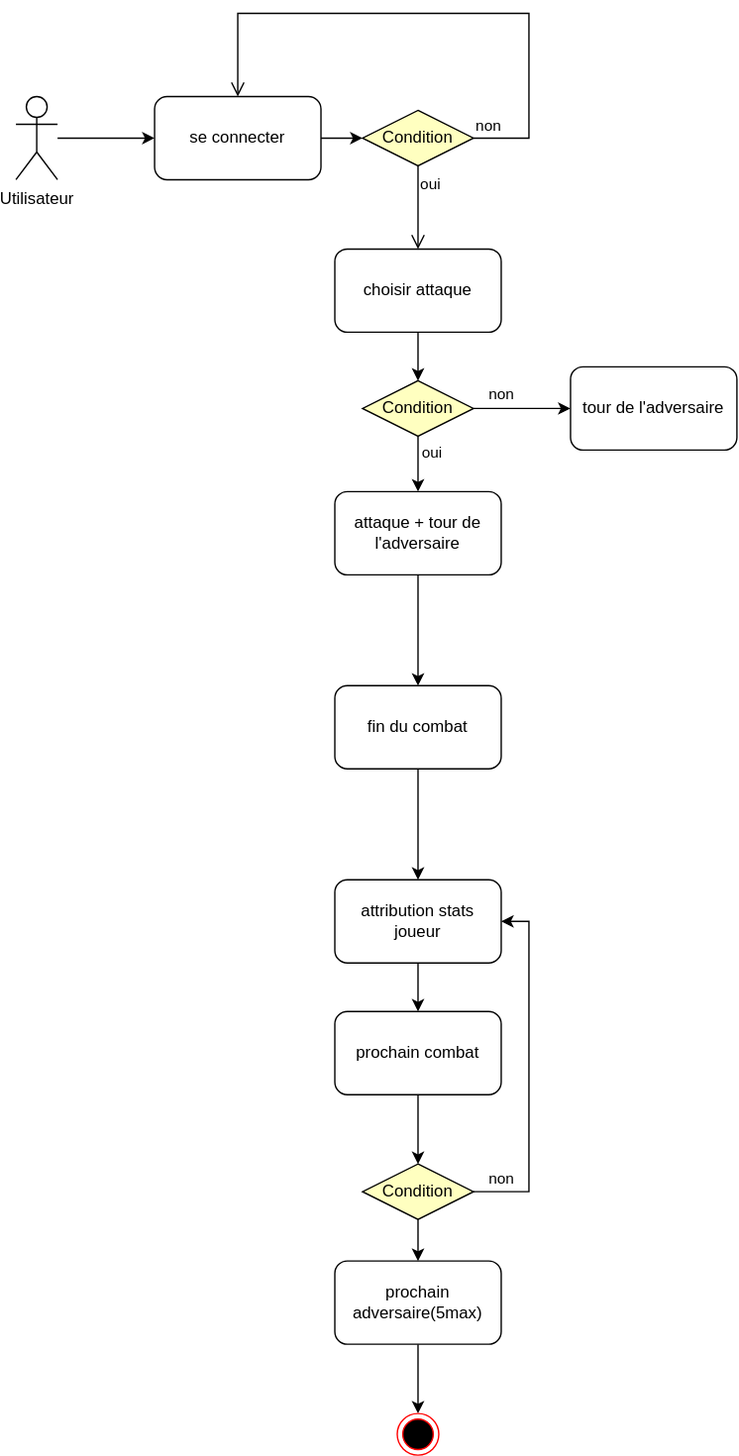
Earlier version of the draw.io export niv 2/diagramme d'activité niv 2.svg (Oreki2004/Projet-Final-6TTSI). Source tidied: cells renumbered, new cells last; positions are measured from the earlier drawing's top-left corner, leaving out a move shared by most shapes. Source of this version:
```xml
<mxGraphModel>
  <root>
    <mxCell id="0" />
    <mxCell id="1" parent="0" />
    <mxCell id="2" style="edgeStyle=orthogonalEdgeStyle;rounded=0;jettySize=auto;html=1;entryX=0;entryY=0.5;entryDx=0;entryDy=0;" parent="1" edge="1" source="3" target="5">
      <mxGeometry relative="1" as="geometry" />
    </mxCell>
    <mxCell id="3" value="Utilisateur" style="shape=umlActor;verticalLabelPosition=bottom;verticalAlign=top;html=1;outlineConnect=0;" parent="1" vertex="1">
      <mxGeometry y="60" width="30" height="60" as="geometry" />
    </mxCell>
    <mxCell id="4" style="edgeStyle=orthogonalEdgeStyle;rounded=0;jettySize=auto;html=1;" parent="1" edge="1" source="5" target="8">
      <mxGeometry relative="1" as="geometry" />
    </mxCell>
    <mxCell id="5" value="se connecter" style="rounded=1;whiteSpace=wrap;html=1;" parent="1" vertex="1">
      <mxGeometry x="100" y="60" width="120" height="60" as="geometry" />
    </mxCell>
    <mxCell id="6" style="edgeStyle=orthogonalEdgeStyle;rounded=0;jettySize=auto;html=1;entryX=0.5;entryY=0;entryDx=0;entryDy=0;" parent="1" edge="1" source="7" target="15">
      <mxGeometry relative="1" as="geometry" />
    </mxCell>
    <mxCell id="7" value="choisir attaque" style="rounded=1;whiteSpace=wrap;html=1;" parent="1" vertex="1">
      <mxGeometry x="230" y="170" width="120" height="60" as="geometry" />
    </mxCell>
    <mxCell id="8" value="Condition" style="rhombus;whiteSpace=wrap;html=1;fontColor=#000000;fillColor=#ffffc0;strokeColor=#000000;" parent="1" vertex="1">
      <mxGeometry x="250" y="70" width="80" height="40" as="geometry" />
    </mxCell>
    <mxCell id="9" value="non" style="edgeStyle=orthogonalEdgeStyle;html=1;align=left;verticalAlign=bottom;endArrow=open;endSize=8;strokeColor=#000000;rounded=0;entryX=0.5;entryY=0;entryDx=0;entryDy=0;" parent="1" edge="1" source="8" target="5">
      <mxGeometry x="-1" relative="1" as="geometry">
        <Array as="points">
          <mxPoint x="370" y="90" />
          <mxPoint x="370" />
          <mxPoint x="160" />
        </Array>
      </mxGeometry>
    </mxCell>
    <mxCell id="10" value="oui" style="edgeStyle=orthogonalEdgeStyle;html=1;align=left;verticalAlign=top;endArrow=open;endSize=8;strokeColor=#000000;rounded=0;" parent="1" edge="1" source="8">
      <mxGeometry x="-1" relative="1" as="geometry">
        <mxPoint x="290" y="170" as="targetPoint" />
      </mxGeometry>
    </mxCell>
    <mxCell id="11" style="edgeStyle=orthogonalEdgeStyle;rounded=0;jettySize=auto;html=1;" parent="1" edge="1" source="15" target="17">
      <mxGeometry relative="1" as="geometry" />
    </mxCell>
    <mxCell id="12" value="oui" style="edgeLabel;html=1;align=center;verticalAlign=middle;" parent="11" vertex="1">
      <mxGeometry x="-0.4" y="2" relative="1" as="geometry">
        <mxPoint x="8" as="offset" />
      </mxGeometry>
    </mxCell>
    <mxCell id="13" style="edgeStyle=orthogonalEdgeStyle;rounded=0;jettySize=auto;html=1;entryX=0;entryY=0.5;entryDx=0;entryDy=0;" parent="1" edge="1" source="15" target="18">
      <mxGeometry relative="1" as="geometry" />
    </mxCell>
    <mxCell id="14" value="non" style="edgeLabel;html=1;align=center;verticalAlign=middle;" parent="13" vertex="1">
      <mxGeometry x="-0.85" y="-1" relative="1" as="geometry">
        <mxPoint x="15" y="-11" as="offset" />
      </mxGeometry>
    </mxCell>
    <mxCell id="15" value="Condition" style="rhombus;whiteSpace=wrap;html=1;fontColor=#000000;fillColor=#ffffc0;strokeColor=#000000;" parent="1" vertex="1">
      <mxGeometry x="250" y="265" width="80" height="40" as="geometry" />
    </mxCell>
    <mxCell id="16" style="edgeStyle=orthogonalEdgeStyle;rounded=0;jettySize=auto;html=1;" parent="1" edge="1" source="17" target="20">
      <mxGeometry relative="1" as="geometry" />
    </mxCell>
    <mxCell id="17" value="attaque + tour de l'adversaire" style="rounded=1;whiteSpace=wrap;html=1;" parent="1" vertex="1">
      <mxGeometry x="230" y="345" width="120" height="60" as="geometry" />
    </mxCell>
    <mxCell id="18" value="tour de l'adversaire" style="rounded=1;whiteSpace=wrap;html=1;" parent="1" vertex="1">
      <mxGeometry x="400" y="255" width="120" height="60" as="geometry" />
    </mxCell>
    <mxCell id="19" style="edgeStyle=orthogonalEdgeStyle;rounded=0;jettySize=auto;html=1;" parent="1" edge="1" source="20" target="22">
      <mxGeometry relative="1" as="geometry" />
    </mxCell>
    <mxCell id="20" value="fin du combat" style="whiteSpace=wrap;html=1;rounded=1;" parent="1" vertex="1">
      <mxGeometry x="230" y="485" width="120" height="60" as="geometry" />
    </mxCell>
    <mxCell id="21" style="edgeStyle=orthogonalEdgeStyle;rounded=0;jettySize=auto;html=1;" parent="1" edge="1" source="22" target="24">
      <mxGeometry relative="1" as="geometry" />
    </mxCell>
    <mxCell id="22" value="attribution stats joueur" style="whiteSpace=wrap;html=1;rounded=1;" parent="1" vertex="1">
      <mxGeometry x="230" y="625" width="120" height="60" as="geometry" />
    </mxCell>
    <mxCell id="23" style="edgeStyle=orthogonalEdgeStyle;rounded=0;jettySize=auto;html=1;" parent="1" edge="1" source="24" target="28">
      <mxGeometry relative="1" as="geometry" />
    </mxCell>
    <mxCell id="24" value="prochain combat" style="whiteSpace=wrap;html=1;rounded=1;" parent="1" vertex="1">
      <mxGeometry x="230" y="720" width="120" height="60" as="geometry" />
    </mxCell>
    <mxCell id="25" style="edgeStyle=orthogonalEdgeStyle;rounded=0;jettySize=auto;html=1;entryX=1;entryY=0.5;entryDx=0;entryDy=0;" parent="1" edge="1" source="28" target="22">
      <mxGeometry relative="1" as="geometry">
        <Array as="points">
          <mxPoint x="370" y="850" />
          <mxPoint x="370" y="655" />
        </Array>
      </mxGeometry>
    </mxCell>
    <mxCell id="26" value="non" style="edgeLabel;html=1;align=center;verticalAlign=middle;" parent="25" vertex="1">
      <mxGeometry x="-0.44" y="2" relative="1" as="geometry">
        <mxPoint x="-18" y="21" as="offset" />
      </mxGeometry>
    </mxCell>
    <mxCell id="27" style="edgeStyle=orthogonalEdgeStyle;rounded=0;jettySize=auto;html=1;" parent="1" edge="1" source="28" target="30">
      <mxGeometry relative="1" as="geometry" />
    </mxCell>
    <mxCell id="28" value="Condition" style="rhombus;whiteSpace=wrap;html=1;fontColor=#000000;fillColor=#ffffc0;strokeColor=#000000;" parent="1" vertex="1">
      <mxGeometry x="250" y="830" width="80" height="40" as="geometry" />
    </mxCell>
    <mxCell id="29" style="edgeStyle=orthogonalEdgeStyle;rounded=0;jettySize=auto;html=1;entryX=0.5;entryY=0;entryDx=0;entryDy=0;" parent="1" edge="1" source="30" target="31">
      <mxGeometry relative="1" as="geometry" />
    </mxCell>
    <mxCell id="30" value="prochain adversaire(5max)" style="whiteSpace=wrap;html=1;rounded=1;" parent="1" vertex="1">
      <mxGeometry x="230" y="900" width="120" height="60" as="geometry" />
    </mxCell>
    <mxCell id="31" style="ellipse;html=1;shape=endState;fillColor=#000000;strokeColor=#ff0000;" parent="1" vertex="1">
      <mxGeometry x="275" y="1010" width="30" height="30" as="geometry" />
    </mxCell>
  </root>
</mxGraphModel>
```
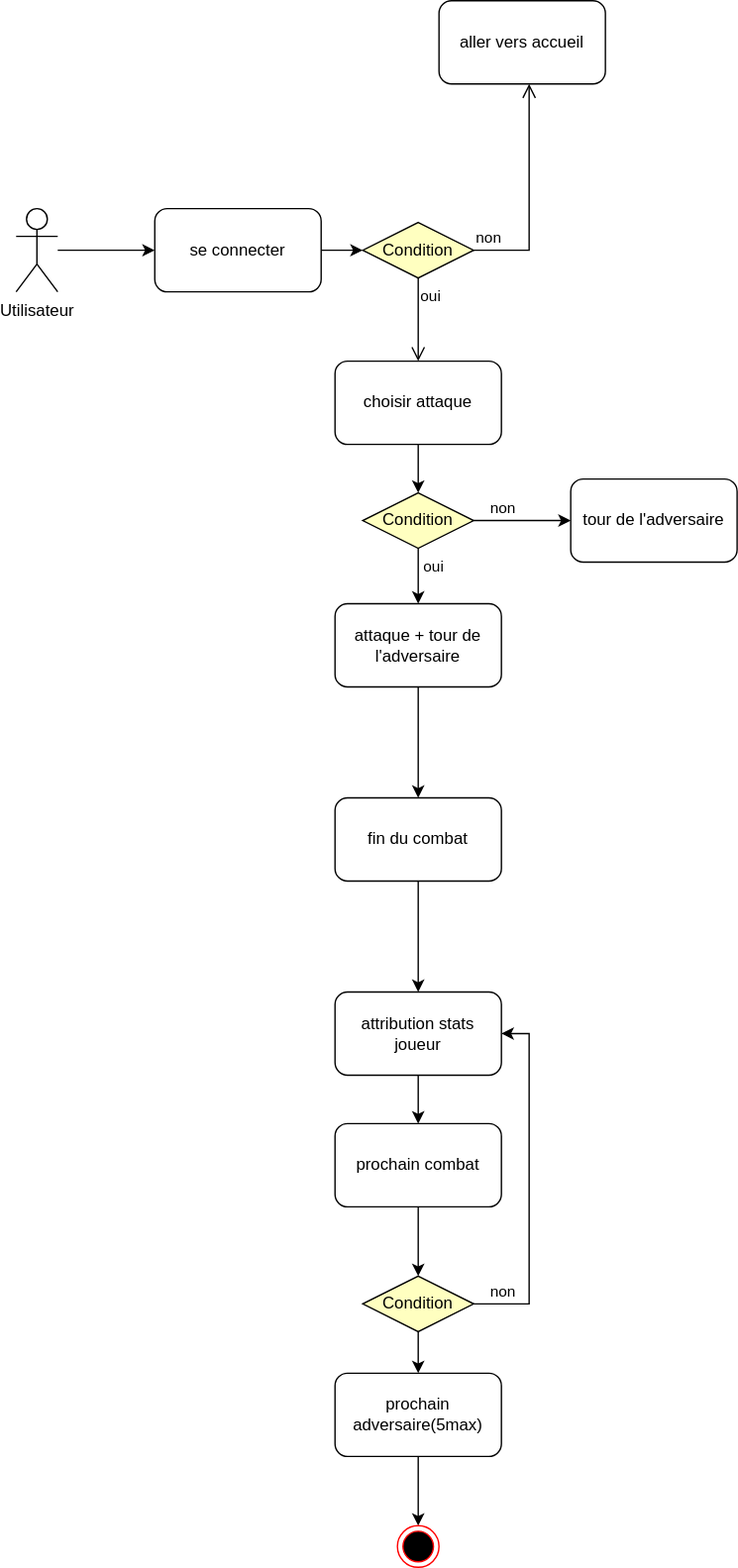
The same diagram one commit later.

Commit message:
Mettre à jour diagramme d'activité niv 2.svg

What changed in the source:
```diff
@@ -23,12 +23,12 @@
     <mxCell id="8" value="Condition" style="rhombus;whiteSpace=wrap;html=1;fontColor=#000000;fillColor=#ffffc0;strokeColor=#000000;" parent="1" vertex="1">
       <mxGeometry x="250" y="70" width="80" height="40" as="geometry" />
     </mxCell>
-    <mxCell id="9" value="non" style="edgeStyle=orthogonalEdgeStyle;html=1;align=left;verticalAlign=bottom;endArrow=open;endSize=8;strokeColor=#000000;rounded=0;entryX=0.5;entryY=0;entryDx=0;entryDy=0;" parent="1" edge="1" source="8" target="5">
+    <mxCell id="9" value="non" style="edgeStyle=orthogonalEdgeStyle;html=1;align=left;verticalAlign=bottom;endArrow=open;endSize=8;strokeColor=#000000;rounded=0;" parent="1" edge="1" source="8">
       <mxGeometry x="-1" relative="1" as="geometry">
+        <mxPoint x="370" y="-30" as="targetPoint" />
         <Array as="points">
           <mxPoint x="370" y="90" />
-          <mxPoint x="370" />
-          <mxPoint x="160" />
+          <mxPoint x="370" y="60" />
         </Array>
       </mxGeometry>
     </mxCell>
@@ -111,5 +111,8 @@
     <mxCell id="31" style="ellipse;html=1;shape=endState;fillColor=#000000;strokeColor=#ff0000;" parent="1" vertex="1">
       <mxGeometry x="275" y="1010" width="30" height="30" as="geometry" />
     </mxCell>
+    <mxCell id="32" value="aller vers accueil" style="rounded=1;whiteSpace=wrap;html=1;" parent="1" vertex="1">
+      <mxGeometry x="305" y="-90" width="120" height="60" as="geometry" />
+    </mxCell>
   </root>
 </mxGraphModel>
```
